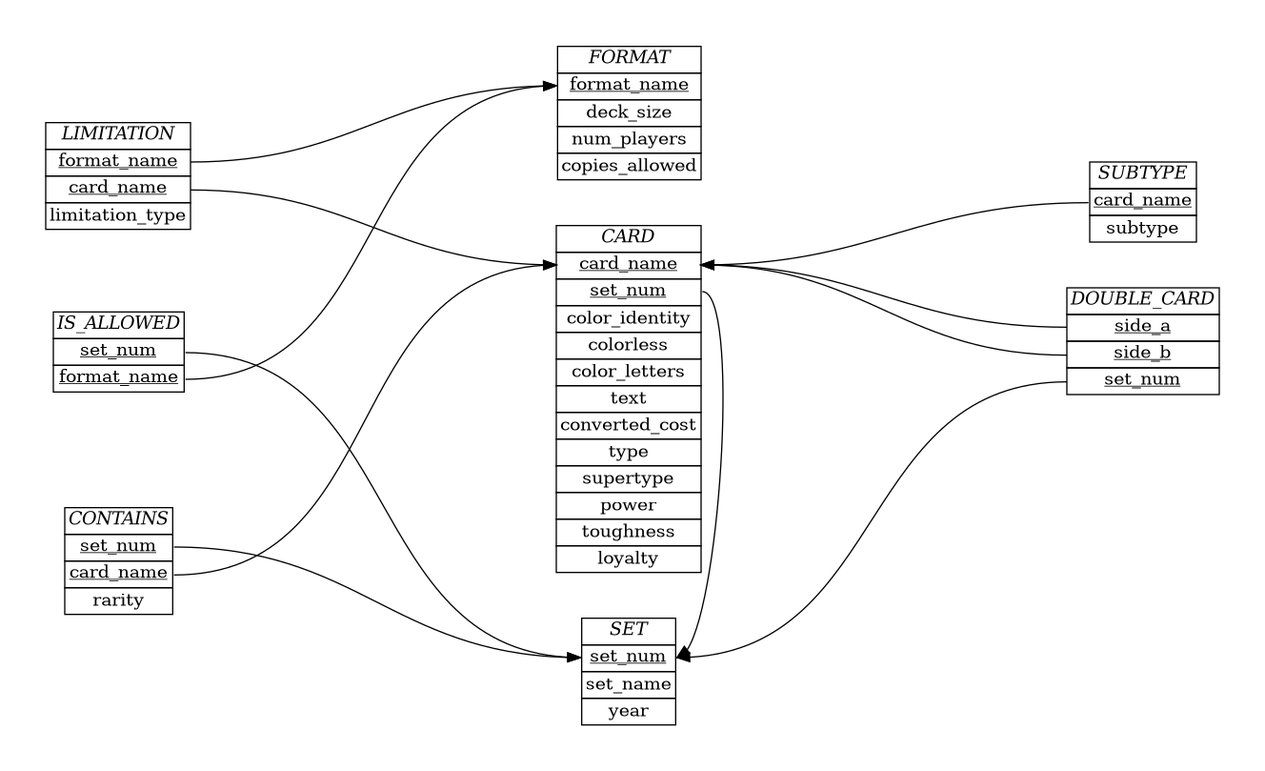
Above: schema/ER_diagram.png in akilmarshall/trumark (Graphviz), before the change. Its source is kept beside it as schema/ER_diagram.dot.
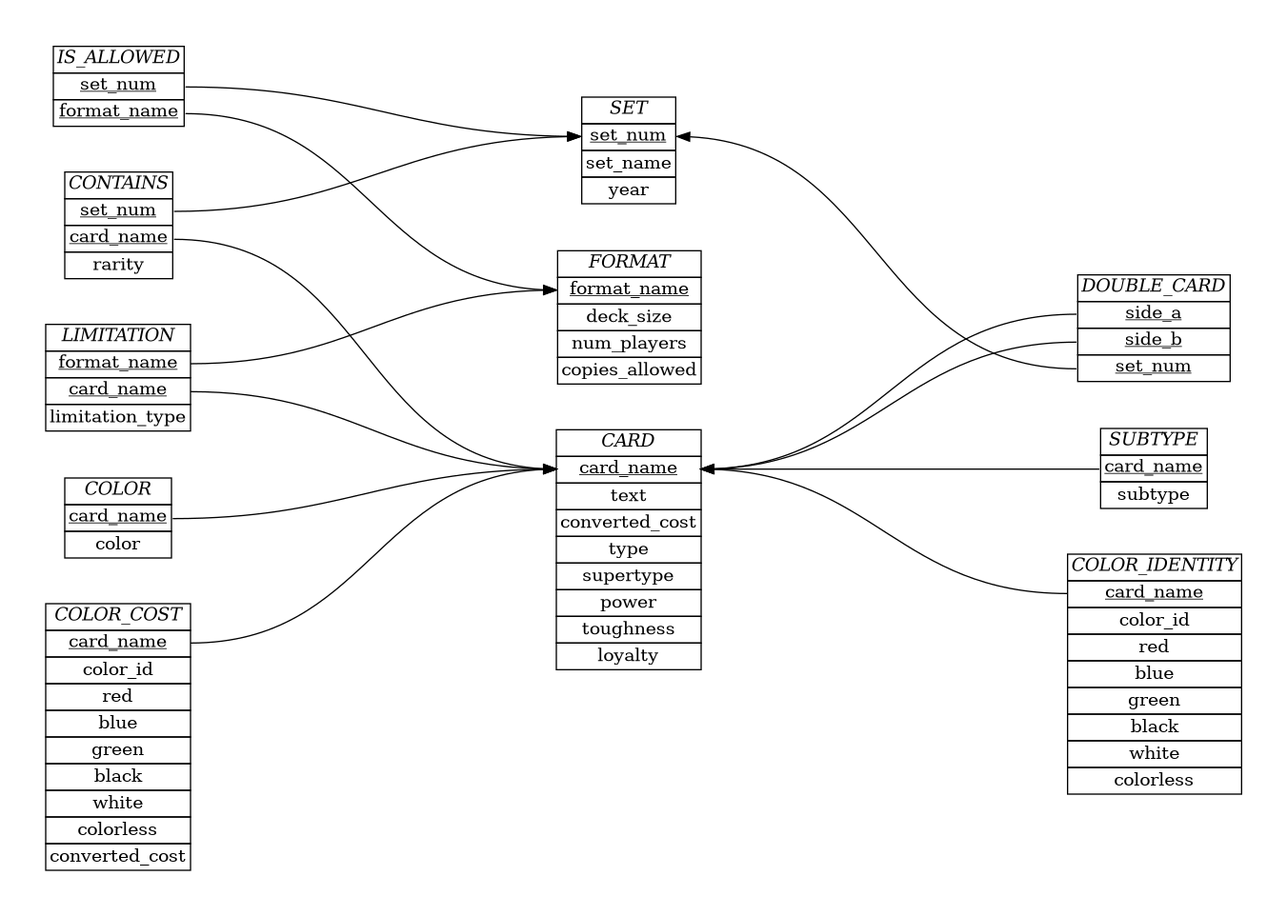
Later version of the same file.

Commit message:
updated schema and documentation to reflect our previous discussion about colors

The edit, as a diff of the source:
```diff
@@ -24,28 +24,13 @@
         <table border="0" cellborder="1" cellspacing="0">
         <tr><td><i>CARD</i></td></tr>
         <tr><td port="1"><u><font color="black">card_name</font></u></td></tr>
-        <tr><td port="2">color_identity</td></tr>
-        <tr><td port="3">colorless</td></tr>
-        <tr><td port="4">color_letters</td></tr>
-        <tr><td port="5">text</td></tr>
-        <tr><td port="6">converted_cost</td></tr>
-        </table>>];
-
-    Card [label=<
-        <table border="0" cellborder="1" cellspacing="0">
-        <tr><td><i>CARD</i></td></tr>
-        <tr><td port="1"><u><font color="black">card_name</font></u></td></tr>
-        <tr><td port="2"><u><font color="black">set_num</font></u></td></tr>
-        <tr><td port="3">color_identity</td></tr>
-        <tr><td port="4">colorless</td></tr>
-        <tr><td port="5">color_letters</td></tr>
-        <tr><td port="6">text</td></tr>
-        <tr><td port="7">converted_cost</td></tr>
-        <tr><td port="8">type</td></tr>
-        <tr><td port="9">supertype</td></tr>
-        <tr><td port="10">power</td></tr>
-        <tr><td port="11">toughness</td></tr>
-        <tr><td port="12">loyalty</td></tr>
+        <tr><td port="2">text</td></tr>
+        <tr><td port="3">converted_cost</td></tr>
+        <tr><td port="4">type</td></tr>
+        <tr><td port="5">supertype</td></tr>
+        <tr><td port="6">power</td></tr>
+        <tr><td port="7">toughness</td></tr>
+        <tr><td port="8">loyalty</td></tr>
         </table>>];
 
     Contains [label=<
@@ -85,6 +70,34 @@
         <tr><td port="2">subtype</td></tr>
         </table>>];
 
+    Color_identity [label=<
+        <table border="0" cellborder="1" cellspacing="0">
+        <tr><td><i>COLOR_IDENTITY</i></td></tr>
+        <tr><td port="1"><u>card_name</u></td></tr>
+        <tr><td port="2">color_id</td></tr>
+        <tr><td port="3">red</td></tr>
+        <tr><td port="4">blue</td></tr>
+        <tr><td port="5">green</td></tr>
+        <tr><td port="6">black</td></tr>
+        <tr><td port="7">white</td></tr>
+        <tr><td port="8">colorless</td></tr>
+        </table>>];
+
+    Color_cost [label=<
+        <table border="0" cellborder="1" cellspacing="0">
+        <tr><td><i>COLOR_COST</i></td></tr>
+        <tr><td port="1"><u>card_name</u></td></tr>
+        <tr><td port="2">cost</td></tr>
+        <tr><td port="9">converted_cost</td></tr>
+        </table>>];
+
+    Color [label=<
+        <table border="0" cellborder="1" cellspacing="0">
+        <tr><td><i>COLOR</i></td></tr>
+        <tr><td port="1"><u>card_name</u></td></tr>
+        <tr><td port="2">color</td></tr>
+        </table>>];
+
     Is_allowed:1 -> Set:1 [color=black];
     Is_allowed:2 -> Format:1;
 
@@ -94,13 +107,18 @@
     Limitation:1 -> Format:1;
     Limitation:2 -> Card:1;
 
-    Card:2 -> Set:1 [constraint=false];
+    Color:1 -> Card:1;
+
+    Color_cost:1 -> Card:1;
 
     edge [dir="back"];
-
-    Card:1 -> Subtype:1 ;
 
     Card:1 -> Double_card:1;
     Card:1 -> Double_card:2;
     Set:1 -> Double_card:3;
+
+
+    Card:1 -> Subtype:1 ;
+
+    Card:1 -> Color_identity:1;
 }
```
